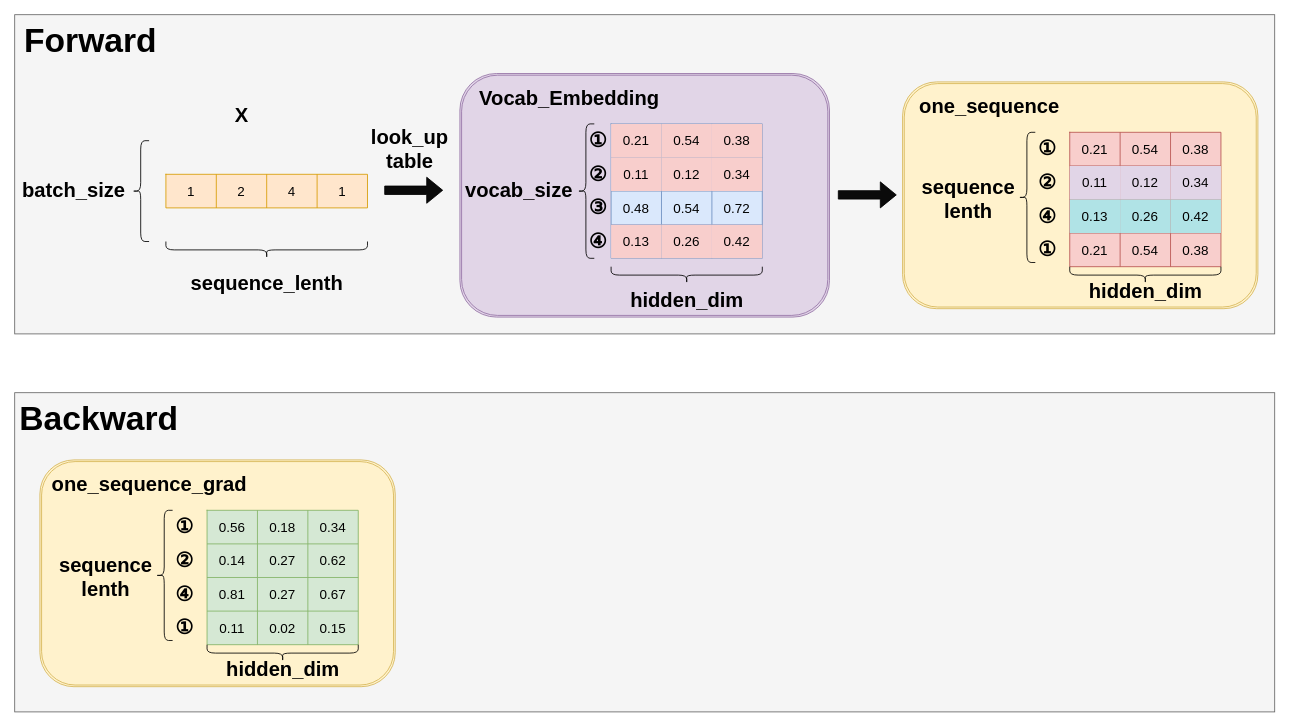
zty-king/zty-king keeps this draw.io diagram as drawio_images/Vocab_embedding.drawio. Above is the earlier version. Source tidied: cells renumbered, new cells numbered last; positions are measured from the earlier drawing's top-left corner, leaving out a move shared by most shapes. Both pictures are drawn from the tidied source at 84%, with x=0, y=0 at pixel (14, 14).
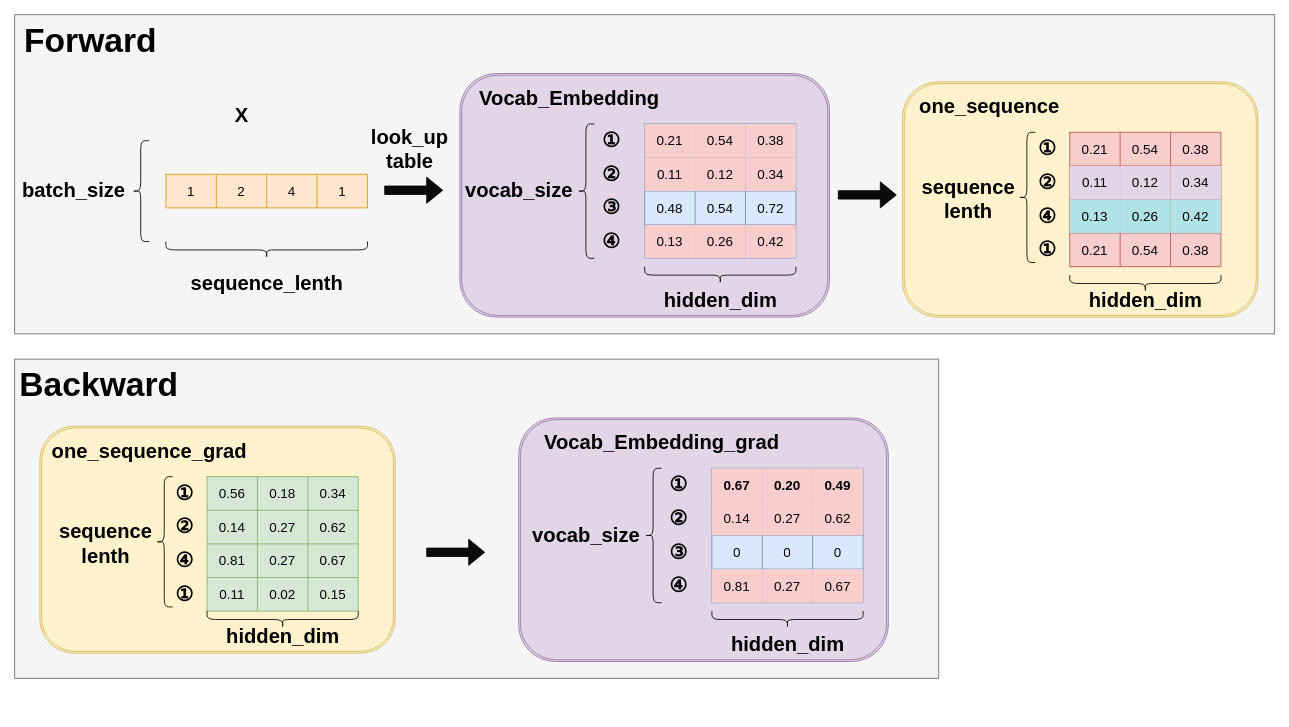
The same diagram, later.

Change to the diagram source:
```diff
@@
     <mxCell id="16" style="shape=table;startSize=0;childLayout=tableLayout;fontSize=16;fillColor=#dae8fc;strokeColor=#6c8ebf;" parent="1" vertex="1">
-      <mxGeometry x="710" y="130" width="180" height="160" as="geometry" />
+      <mxGeometry x="750" y="130" width="180" height="160" as="geometry" />
     </mxCell>
@@
     <mxCell id="33" style="shape=curlyBracket;whiteSpace=wrap;html=1;rounded=1;labelPosition=left;verticalLabelPosition=middle;align=right;verticalAlign=middle;rotation=-90;" parent="1" vertex="1">
-      <mxGeometry x="790" y="220" width="20" height="180" as="geometry" />
+      <mxGeometry x="830" y="220" width="20" height="180" as="geometry" />
     </mxCell>
     <mxCell id="34" value="hidden_dim" style="text;strokeColor=none;fillColor=none;html=1;fontSize=24;fontStyle=1;verticalAlign=middle;align=center;" parent="1" vertex="1">
-      <mxGeometry x="750" y="320" width="100" height="40" as="geometry" />
+      <mxGeometry x="790" y="320" width="100" height="40" as="geometry" />
     </mxCell>
@@
     <mxCell id="39" style="shape=ext;double=1;rounded=1;whiteSpace=wrap;html=1;fillColor=#fff2cc;strokeColor=#d6b656;" parent="1" vertex="1">
-      <mxGeometry x="1057" y="80" width="423" height="270" as="geometry" />
+      <mxGeometry x="1057" y="80" width="423" height="280" as="geometry" />
     </mxCell>
@@
     <mxCell id="58" value="①" style="text;strokeColor=none;fillColor=none;html=1;fontSize=24;fontStyle=1;verticalAlign=middle;align=center;" parent="1" vertex="1">
-      <mxGeometry x="644" y="130" width="100" height="40" as="geometry" />
+      <mxGeometry x="660" y="130" width="100" height="40" as="geometry" />
     </mxCell>
     <mxCell id="59" value="②" style="text;strokeColor=none;fillColor=none;html=1;fontSize=24;fontStyle=1;verticalAlign=middle;align=center;" parent="1" vertex="1">
-      <mxGeometry x="644" y="170" width="100" height="40" as="geometry" />
+      <mxGeometry x="660" y="170" width="100" height="40" as="geometry" />
     </mxCell>
     <mxCell id="60" value="③" style="text;strokeColor=none;fillColor=none;html=1;fontSize=24;fontStyle=1;verticalAlign=middle;align=center;" parent="1" vertex="1">
-      <mxGeometry x="644" y="210" width="100" height="40" as="geometry" />
+      <mxGeometry x="660" y="210" width="100" height="40" as="geometry" />
     </mxCell>
     <mxCell id="61" value="④" style="text;strokeColor=none;fillColor=none;html=1;fontSize=24;fontStyle=1;verticalAlign=middle;align=center;" parent="1" vertex="1">
-      <mxGeometry x="644" y="250" width="100" height="40" as="geometry" />
+      <mxGeometry x="660" y="250" width="100" height="40" as="geometry" />
     </mxCell>
@@
     <mxCell id="68" style="rounded=0;whiteSpace=wrap;html=1;fillColor=#f5f5f5;fontColor=#333333;strokeColor=#666666;" parent="1" vertex="1">
-      <mxGeometry y="450" width="1500" height="380" as="geometry" />
+      <mxGeometry y="410" width="1100" height="380" as="geometry" />
     </mxCell>
     <mxCell id="69" value="Backward" style="text;strokeColor=none;fillColor=none;html=1;fontSize=40;fontStyle=1;verticalAlign=middle;align=center;" parent="1" vertex="1">
-      <mxGeometry x="50" y="460" width="100" height="40" as="geometry" />
+      <mxGeometry x="50" y="420" width="100" height="40" as="geometry" />
     </mxCell>
@@
     <mxCell id="72" style="shape=curlyBracket;whiteSpace=wrap;html=1;rounded=1;labelPosition=left;verticalLabelPosition=middle;align=right;verticalAlign=middle;rotation=-90;" parent="1" vertex="1">
-      <mxGeometry x="1336" y="220" width="20" height="180" as="geometry" />
+      <mxGeometry x="1336" y="230" width="20" height="180" as="geometry" />
     </mxCell>
     <mxCell id="73" value="hidden_dim" style="text;strokeColor=none;fillColor=none;html=1;fontSize=24;fontStyle=1;verticalAlign=middle;align=center;" parent="1" vertex="1">
-      <mxGeometry x="1296" y="310" width="100" height="40" as="geometry" />
+      <mxGeometry x="1296" y="320" width="100" height="40" as="geometry" />
     </mxCell>
     <mxCell id="74" style="shape=ext;double=1;rounded=1;whiteSpace=wrap;html=1;fillColor=#fff2cc;strokeColor=#d6b656;" parent="1" vertex="1">
-      <mxGeometry x="30" y="530" width="423" height="270" as="geometry" />
+      <mxGeometry x="30" y="490" width="423" height="270" as="geometry" />
     </mxCell>
     <mxCell id="75" value="one_sequence_grad" style="text;strokeColor=none;fillColor=none;html=1;fontSize=24;fontStyle=1;verticalAlign=middle;align=center;" parent="1" vertex="1">
-      <mxGeometry x="110" y="540" width="100" height="40" as="geometry" />
+      <mxGeometry x="110" y="500" width="100" height="40" as="geometry" />
     </mxCell>
     <mxCell id="76" style="shape=table;startSize=0;childLayout=tableLayout;fontSize=16;fillColor=#d5e8d4;strokeColor=#82b366;" parent="1" vertex="1">
-      <mxGeometry x="229" y="590" width="180" height="160" as="geometry" />
+      <mxGeometry x="229" y="550" width="180" height="160" as="geometry" />
     </mxCell>
@@
     <mxCell id="93" value="①" style="text;strokeColor=none;fillColor=none;html=1;fontSize=24;fontStyle=1;verticalAlign=middle;align=center;" parent="1" vertex="1">
-      <mxGeometry x="152" y="590" width="100" height="40" as="geometry" />
+      <mxGeometry x="152" y="550" width="100" height="40" as="geometry" />
     </mxCell>
     <mxCell id="94" value="②" style="text;strokeColor=none;fillColor=none;html=1;fontSize=24;fontStyle=1;verticalAlign=middle;align=center;" parent="1" vertex="1">
-      <mxGeometry x="152" y="630" width="100" height="40" as="geometry" />
+      <mxGeometry x="152" y="590" width="100" height="40" as="geometry" />
     </mxCell>
     <mxCell id="95" value="④" style="text;strokeColor=none;fillColor=none;html=1;fontSize=24;fontStyle=1;verticalAlign=middle;align=center;" parent="1" vertex="1">
-      <mxGeometry x="152" y="670" width="100" height="40" as="geometry" />
+      <mxGeometry x="152" y="630" width="100" height="40" as="geometry" />
     </mxCell>
     <mxCell id="96" value="①" style="text;strokeColor=none;fillColor=none;html=1;fontSize=24;fontStyle=1;verticalAlign=middle;align=center;" parent="1" vertex="1">
-      <mxGeometry x="152" y="710" width="100" height="40" as="geometry" />
+      <mxGeometry x="152" y="670" width="100" height="40" as="geometry" />
     </mxCell>
     <mxCell id="97" style="shape=curlyBracket;whiteSpace=wrap;html=1;rounded=1;labelPosition=left;verticalLabelPosition=middle;align=right;verticalAlign=middle;" parent="1" vertex="1">
-      <mxGeometry x="168" y="590" width="20" height="155" as="geometry" />
+      <mxGeometry x="168" y="550" width="20" height="155" as="geometry" />
     </mxCell>
     <mxCell id="98" value="sequence&lt;div&gt;lenth&lt;/div&gt;" style="text;strokeColor=none;fillColor=none;html=1;fontSize=24;fontStyle=1;verticalAlign=middle;align=center;" parent="1" vertex="1">
-      <mxGeometry x="53" y="650" width="110" height="40" as="geometry" />
+      <mxGeometry x="53" y="610" width="110" height="40" as="geometry" />
     </mxCell>
     <mxCell id="99" style="shape=curlyBracket;whiteSpace=wrap;html=1;rounded=1;labelPosition=left;verticalLabelPosition=middle;align=right;verticalAlign=middle;rotation=-90;" parent="1" vertex="1">
-      <mxGeometry x="309" y="670" width="20" height="180" as="geometry" />
+      <mxGeometry x="309" y="630" width="20" height="180" as="geometry" />
     </mxCell>
     <mxCell id="100" value="hidden_dim" style="text;strokeColor=none;fillColor=none;html=1;fontSize=24;fontStyle=1;verticalAlign=middle;align=center;" parent="1" vertex="1">
-      <mxGeometry x="269" y="760" width="100" height="40" as="geometry" />
+      <mxGeometry x="269" y="720" width="100" height="40" as="geometry" />
     </mxCell>
+    <mxCell id="101" style="shape=flexArrow;endArrow=classic;html=1;rounded=0;fillColor=light-dark(#0a0a0a, #ededed);" parent="1" edge="1">
+      <mxGeometry relative="1" as="geometry">
+        <mxPoint x="490" y="640" as="sourcePoint" />
+        <mxPoint x="560" y="640" as="targetPoint" />
+      </mxGeometry>
+    </mxCell>
+    <mxCell id="102" style="shape=ext;double=1;rounded=1;whiteSpace=wrap;html=1;fillColor=#e1d5e7;strokeColor=#9673a6;" parent="1" vertex="1">
+      <mxGeometry x="600" y="480" width="440" height="290" as="geometry" />
+    </mxCell>
+    <mxCell id="103" value="Vocab_Embedding_grad" style="text;strokeColor=none;fillColor=none;html=1;fontSize=24;fontStyle=1;verticalAlign=middle;align=center;" parent="1" vertex="1">
+      <mxGeometry x="720" y="490" width="100" height="40" as="geometry" />
+    </mxCell>
+    <mxCell id="104" style="shape=table;startSize=0;childLayout=tableLayout;fontSize=16;fillColor=#dae8fc;strokeColor=#6c8ebf;" parent="1" vertex="1">
+      <mxGeometry x="830" y="540" width="180" height="160" as="geometry" />
+    </mxCell>
+    <mxCell id="105" style="shape=tableRow;horizontal=0;startSize=0;swimlaneHead=0;swimlaneBody=0;strokeColor=inherit;top=0;left=0;bottom=0;right=0;fillColor=none;fontSize=16;" parent="104" vertex="1">
+      <mxGeometry width="180" height="40" as="geometry" />
+    </mxCell>
+    <mxCell id="106" value="&lt;b&gt;0.67&lt;/b&gt;" style="shape=partialRectangle;html=1;whiteSpace=wrap;strokeColor=#b85450;overflow=hidden;fillColor=#f8cecc;top=0;left=0;bottom=0;right=0;fontSize=16;" parent="105" vertex="1">
+      <mxGeometry width="60" height="40" as="geometry" />
+    </mxCell>
+    <mxCell id="107" value="&lt;b&gt;0.20&lt;/b&gt;" style="shape=partialRectangle;html=1;whiteSpace=wrap;strokeColor=#b85450;overflow=hidden;fillColor=#f8cecc;top=0;left=0;bottom=0;right=0;fontSize=16;" parent="105" vertex="1">
+      <mxGeometry x="60" width="60" height="40" as="geometry" />
+    </mxCell>
+    <mxCell id="108" value="&lt;b&gt;0.49&lt;/b&gt;" style="shape=partialRectangle;html=1;whiteSpace=wrap;strokeColor=#b85450;overflow=hidden;fillColor=#f8cecc;top=0;left=0;bottom=0;right=0;fontSize=16;" parent="105" vertex="1">
+      <mxGeometry x="120" width="60" height="40" as="geometry" />
+    </mxCell>
+    <mxCell id="109" style="shape=tableRow;horizontal=0;startSize=0;swimlaneHead=0;swimlaneBody=0;strokeColor=inherit;top=0;left=0;bottom=0;right=0;fillColor=none;fontSize=16;" parent="104" vertex="1">
+      <mxGeometry y="40" width="180" height="40" as="geometry" />
+    </mxCell>
+    <mxCell id="110" value="0.14" style="shape=partialRectangle;html=1;whiteSpace=wrap;strokeColor=#b85450;overflow=hidden;fillColor=#f8cecc;top=0;left=0;bottom=0;right=0;fontSize=16;" parent="109" vertex="1">
+      <mxGeometry width="60" height="40" as="geometry" />
+    </mxCell>
+    <mxCell id="111" value="0.27" style="shape=partialRectangle;html=1;whiteSpace=wrap;strokeColor=#b85450;overflow=hidden;fillColor=#f8cecc;top=0;left=0;bottom=0;right=0;fontSize=16;" parent="109" vertex="1">
+      <mxGeometry x="60" width="60" height="40" as="geometry" />
+    </mxCell>
+    <mxCell id="112" value="0.62" style="shape=partialRectangle;html=1;whiteSpace=wrap;strokeColor=#b85450;overflow=hidden;fillColor=#f8cecc;top=0;left=0;bottom=0;right=0;fontSize=16;" parent="109" vertex="1">
+      <mxGeometry x="120" width="60" height="40" as="geometry" />
+    </mxCell>
+    <mxCell id="113" style="shape=tableRow;horizontal=0;startSize=0;swimlaneHead=0;swimlaneBody=0;strokeColor=inherit;top=0;left=0;bottom=0;right=0;fillColor=none;fontSize=16;" parent="104" vertex="1">
+      <mxGeometry y="80" width="180" height="40" as="geometry" />
+    </mxCell>
+    <mxCell id="114" value="0" style="shape=partialRectangle;html=1;whiteSpace=wrap;strokeColor=inherit;overflow=hidden;fillColor=none;top=0;left=0;bottom=0;right=0;fontSize=16;" parent="113" vertex="1">
+      <mxGeometry width="60" height="40" as="geometry" />
+    </mxCell>
+    <mxCell id="115" value="0" style="shape=partialRectangle;html=1;whiteSpace=wrap;strokeColor=inherit;overflow=hidden;fillColor=none;top=0;left=0;bottom=0;right=0;fontSize=16;" parent="113" vertex="1">
+      <mxGeometry x="60" width="60" height="40" as="geometry" />
+    </mxCell>
+    <mxCell id="116" value="0" style="shape=partialRectangle;html=1;whiteSpace=wrap;strokeColor=inherit;overflow=hidden;fillColor=none;top=0;left=0;bottom=0;right=0;fontSize=16;" parent="113" vertex="1">
+      <mxGeometry x="120" width="60" height="40" as="geometry" />
+    </mxCell>
+    <mxCell id="117" style="shape=tableRow;horizontal=0;startSize=0;swimlaneHead=0;swimlaneBody=0;strokeColor=inherit;top=0;left=0;bottom=0;right=0;fillColor=none;fontSize=16;" parent="104" vertex="1">
+      <mxGeometry y="120" width="180" height="40" as="geometry" />
+    </mxCell>
+    <mxCell id="118" value="0.81" style="shape=partialRectangle;html=1;whiteSpace=wrap;strokeColor=#b85450;overflow=hidden;fillColor=#f8cecc;top=0;left=0;bottom=0;right=0;fontSize=16;" parent="117" vertex="1">
+      <mxGeometry width="60" height="40" as="geometry" />
+    </mxCell>
+    <mxCell id="119" value="0.27" style="shape=partialRectangle;html=1;whiteSpace=wrap;strokeColor=#b85450;overflow=hidden;fillColor=#f8cecc;top=0;left=0;bottom=0;right=0;fontSize=16;" parent="117" vertex="1">
+      <mxGeometry x="60" width="60" height="40" as="geometry" />
+    </mxCell>
+    <mxCell id="120" value="0.67" style="shape=partialRectangle;html=1;whiteSpace=wrap;strokeColor=#b85450;overflow=hidden;fillColor=#f8cecc;top=0;left=0;bottom=0;right=0;fontSize=16;" parent="117" vertex="1">
+      <mxGeometry x="120" width="60" height="40" as="geometry" />
+    </mxCell>
+    <mxCell id="121" style="shape=curlyBracket;whiteSpace=wrap;html=1;rounded=1;labelPosition=left;verticalLabelPosition=middle;align=right;verticalAlign=middle;rotation=-90;" parent="1" vertex="1">
+      <mxGeometry x="910" y="630" width="20" height="180" as="geometry" />
+    </mxCell>
+    <mxCell id="122" value="hidden_dim" style="text;strokeColor=none;fillColor=none;html=1;fontSize=24;fontStyle=1;verticalAlign=middle;align=center;" parent="1" vertex="1">
+      <mxGeometry x="870" y="730" width="100" height="40" as="geometry" />
+    </mxCell>
+    <mxCell id="123" style="shape=curlyBracket;whiteSpace=wrap;html=1;rounded=1;labelPosition=left;verticalLabelPosition=middle;align=right;verticalAlign=middle;rotation=0;" parent="1" vertex="1">
+      <mxGeometry x="750" y="540" width="20" height="160" as="geometry" />
+    </mxCell>
+    <mxCell id="124" value="vocab_size" style="text;strokeColor=none;fillColor=none;html=1;fontSize=24;fontStyle=1;verticalAlign=middle;align=center;" parent="1" vertex="1">
+      <mxGeometry x="630" y="600" width="100" height="40" as="geometry" />
+    </mxCell>
+    <mxCell id="125" value="①" style="text;strokeColor=none;fillColor=none;html=1;fontSize=24;fontStyle=1;verticalAlign=middle;align=center;" parent="1" vertex="1">
+      <mxGeometry x="740" y="540" width="100" height="40" as="geometry" />
+    </mxCell>
+    <mxCell id="126" value="②" style="text;strokeColor=none;fillColor=none;html=1;fontSize=24;fontStyle=1;verticalAlign=middle;align=center;" parent="1" vertex="1">
+      <mxGeometry x="740" y="580" width="100" height="40" as="geometry" />
+    </mxCell>
+    <mxCell id="127" value="③" style="text;strokeColor=none;fillColor=none;html=1;fontSize=24;fontStyle=1;verticalAlign=middle;align=center;" parent="1" vertex="1">
+      <mxGeometry x="740" y="620" width="100" height="40" as="geometry" />
+    </mxCell>
+    <mxCell id="128" value="④" style="text;strokeColor=none;fillColor=none;html=1;fontSize=24;fontStyle=1;verticalAlign=middle;align=center;" parent="1" vertex="1">
+      <mxGeometry x="740" y="660" width="100" height="40" as="geometry" />
+    </mxCell>
```
